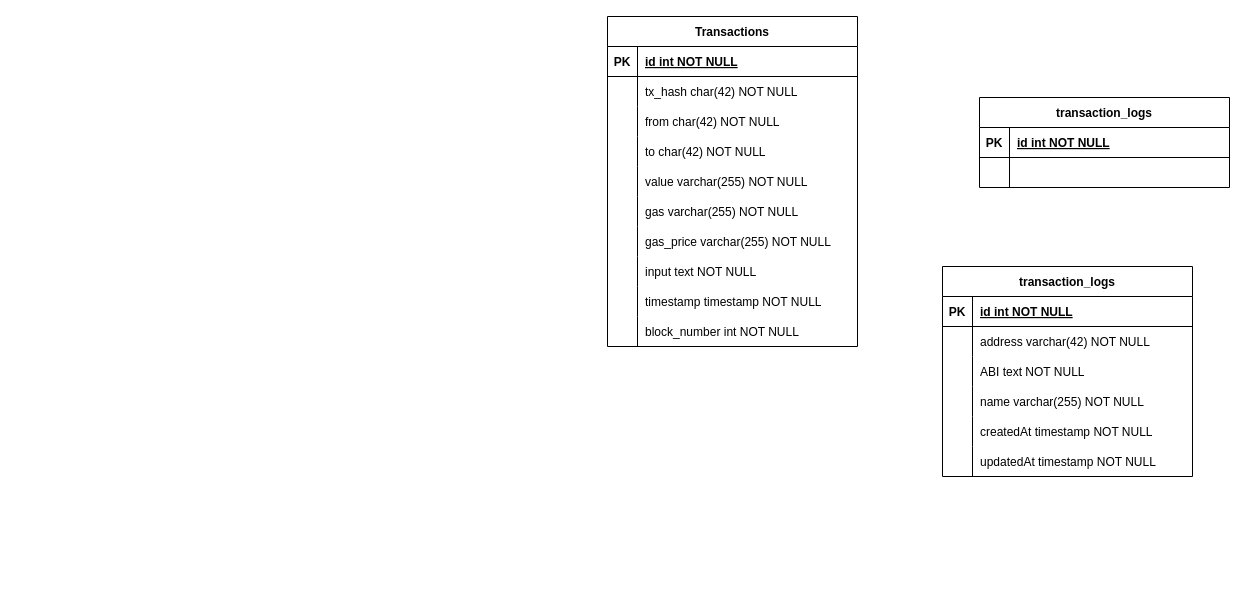
Above: db.drawio in trinhthinh388/my-assets-be (draw.io), before the change. Source tidied: cells renumbered, new cells numbered last; positions are measured from the earlier drawing's top-left corner, leaving out a move shared by most shapes. Both pictures are drawn from the tidied source at 100%, with x=0, y=0 at pixel (607, 16).
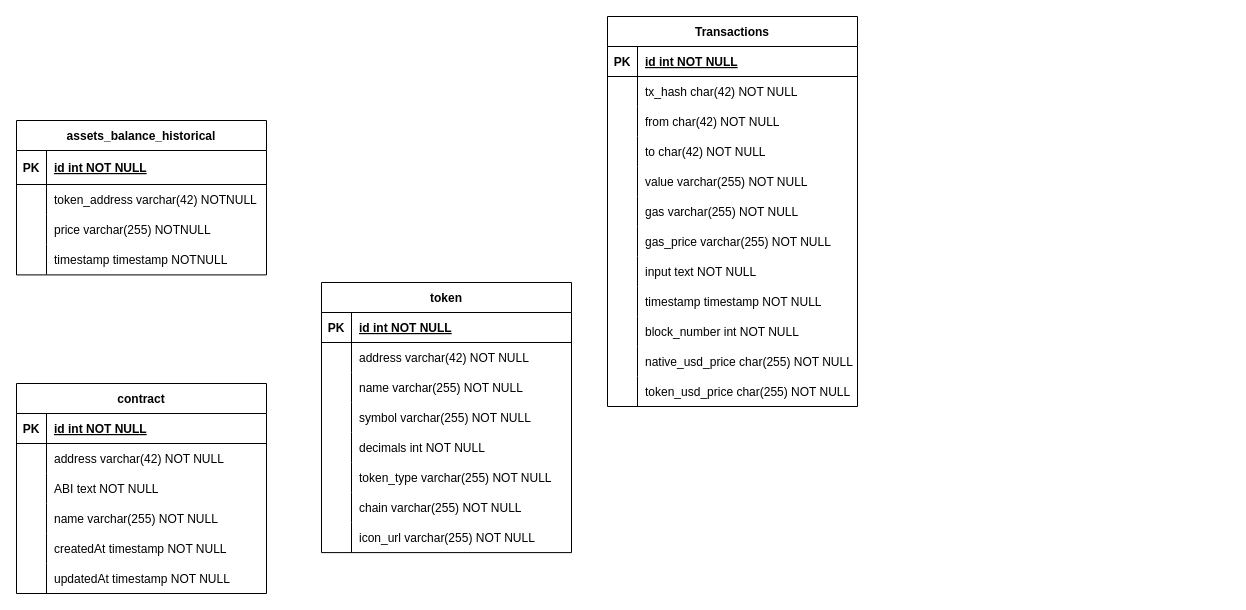
The same diagram, later.

Diff of the diagram source:
```diff
@@
     <mxCell id="2" value="Transactions" style="shape=table;startSize=30;childLayout=tableLayout;rowLines=0;fontStyle=1;align=center;" parent="1" vertex="1">
-      <mxGeometry width="250" height="330" as="geometry" />
+      <mxGeometry width="250" height="390" as="geometry" />
     </mxCell>
@@
+    <mxCell id="59" style="shape=partialRectangle;fillColor=none;top=0;left=0;right=0;bottom=0;" parent="2" vertex="1">
+      <mxGeometry y="330" width="250" height="30" as="geometry" />
+    </mxCell>
+    <mxCell id="60" style="shape=partialRectangle;overflow=hidden;fillColor=none;top=0;left=0;bottom=0;right=0;" parent="59" vertex="1">
+      <mxGeometry width="30" height="30" as="geometry" />
+    </mxCell>
+    <mxCell id="61" value="native_usd_price char(255) NOT NULL" style="shape=partialRectangle;overflow=hidden;fillColor=none;top=0;left=0;bottom=0;right=0;align=left;spacingLeft=6;" parent="59" vertex="1">
+      <mxGeometry x="30" width="220" height="30" as="geometry" />
+    </mxCell>
+    <mxCell id="62" style="shape=partialRectangle;fillColor=none;top=0;left=0;right=0;bottom=0;" parent="2" vertex="1">
+      <mxGeometry y="360" width="250" height="30" as="geometry" />
+    </mxCell>
+    <mxCell id="63" style="shape=partialRectangle;overflow=hidden;fillColor=none;top=0;left=0;bottom=0;right=0;" parent="62" vertex="1">
+      <mxGeometry width="30" height="30" as="geometry" />
+    </mxCell>
+    <mxCell id="64" value="token_usd_price char(255) NOT NULL" style="shape=partialRectangle;overflow=hidden;fillColor=none;top=0;left=0;bottom=0;right=0;align=left;spacingLeft=6;" parent="62" vertex="1">
+      <mxGeometry x="30" width="220" height="30" as="geometry" />
+    </mxCell>
-    <mxCell id="33" value="transaction_logs" style="shape=table;startSize=30;childLayout=tableLayout;rowLines=0;fontStyle=1;align=center;" parent="1" vertex="1">
-      <mxGeometry x="372" y="81" width="250" height="90" as="geometry" />
+    <mxCell id="33" value="assets_balance_historical" style="shape=table;startSize=30;childLayout=tableLayout;rowLines=0;fontStyle=1;align=center;" parent="1" vertex="1">
+      <mxGeometry x="-591" y="104" width="250" height="154.4" as="geometry" />
     </mxCell>
     <mxCell id="34" style="shape=partialRectangle;fillColor=none;top=0;left=0;right=0;bottom=1;" parent="33" vertex="1">
-      <mxGeometry y="30" width="250" height="30" as="geometry" />
+      <mxGeometry y="30" width="250" height="34" as="geometry" />
     </mxCell>
     <mxCell id="35" value="PK" style="shape=partialRectangle;overflow=hidden;fillColor=none;top=0;left=0;bottom=0;right=0;fontStyle=1;" parent="34" vertex="1">
-      <mxGeometry width="30" height="30" as="geometry" />
+      <mxGeometry width="30" height="34" as="geometry" />
     </mxCell>
     <mxCell id="36" value="id int NOT NULL " style="shape=partialRectangle;overflow=hidden;fillColor=none;top=0;left=0;bottom=0;right=0;align=left;spacingLeft=6;fontStyle=5;" parent="34" vertex="1">
-      <mxGeometry x="30" width="220" height="30" as="geometry" />
+      <mxGeometry x="30" width="220" height="34" as="geometry" />
     </mxCell>
     <mxCell id="37" style="shape=partialRectangle;fillColor=none;top=0;left=0;right=0;bottom=0;" parent="33" vertex="1">
-      <mxGeometry y="60" width="250" height="30" as="geometry" />
+      <mxGeometry y="64" width="250" height="30" as="geometry" />
     </mxCell>
@@
-    <mxCell id="39" style="shape=partialRectangle;overflow=hidden;fillColor=none;top=0;left=0;bottom=0;right=0;align=left;spacingLeft=6;" parent="37" vertex="1">
+    <mxCell id="39" value="token_address varchar(42) NOTNULL" style="shape=partialRectangle;overflow=hidden;fillColor=none;top=0;left=0;bottom=0;right=0;align=left;spacingLeft=6;" parent="37" vertex="1">
       <mxGeometry x="30" width="220" height="30" as="geometry" />
     </mxCell>
+    <mxCell id="65" style="shape=partialRectangle;fillColor=none;top=0;left=0;right=0;bottom=0;" parent="33" vertex="1">
+      <mxGeometry y="94" width="250" height="30" as="geometry" />
+    </mxCell>
+    <mxCell id="66" style="shape=partialRectangle;overflow=hidden;fillColor=none;top=0;left=0;bottom=0;right=0;" parent="65" vertex="1">
+      <mxGeometry width="30" height="30" as="geometry" />
+    </mxCell>
+    <mxCell id="67" value="price varchar(255) NOTNULL" style="shape=partialRectangle;overflow=hidden;fillColor=none;top=0;left=0;bottom=0;right=0;align=left;spacingLeft=6;" parent="65" vertex="1">
+      <mxGeometry x="30" width="220" height="30" as="geometry" />
+    </mxCell>
+    <mxCell id="68" style="shape=partialRectangle;fillColor=none;top=0;left=0;right=0;bottom=0;" parent="33" vertex="1">
+      <mxGeometry y="124" width="250" height="30" as="geometry" />
+    </mxCell>
+    <mxCell id="69" style="shape=partialRectangle;overflow=hidden;fillColor=none;top=0;left=0;bottom=0;right=0;" parent="68" vertex="1">
+      <mxGeometry width="30" height="30" as="geometry" />
+    </mxCell>
+    <mxCell id="70" value="timestamp timestamp NOTNULL" style="shape=partialRectangle;overflow=hidden;fillColor=none;top=0;left=0;bottom=0;right=0;align=left;spacingLeft=6;" parent="68" vertex="1">
+      <mxGeometry x="30" width="220" height="30" as="geometry" />
+    </mxCell>
-    <mxCell id="40" value="transaction_logs" style="shape=table;startSize=30;childLayout=tableLayout;rowLines=0;fontStyle=1;align=center;" parent="1" vertex="1">
-      <mxGeometry x="335" y="250" width="250" height="210" as="geometry" />
+    <mxCell id="40" value="contract" style="shape=table;startSize=30;childLayout=tableLayout;rowLines=0;fontStyle=1;align=center;" parent="1" vertex="1">
+      <mxGeometry x="-591" y="367" width="250" height="210" as="geometry" />
     </mxCell>
@@
+    <mxCell id="71" value="token" style="shape=table;startSize=30;childLayout=tableLayout;rowLines=0;fontStyle=1;align=center;" parent="1" vertex="1">
+      <mxGeometry x="-286" y="266" width="250" height="270.1" as="geometry" />
+    </mxCell>
+    <mxCell id="72" style="shape=partialRectangle;fillColor=none;top=0;left=0;right=0;bottom=1;" parent="71" vertex="1">
+      <mxGeometry y="30" width="250" height="30" as="geometry" />
+    </mxCell>
+    <mxCell id="73" value="PK" style="shape=partialRectangle;overflow=hidden;fillColor=none;top=0;left=0;bottom=0;right=0;fontStyle=1;" parent="72" vertex="1">
+      <mxGeometry width="30" height="30" as="geometry" />
+    </mxCell>
+    <mxCell id="74" value="id int NOT NULL " style="shape=partialRectangle;overflow=hidden;fillColor=none;top=0;left=0;bottom=0;right=0;align=left;spacingLeft=6;fontStyle=5;" parent="72" vertex="1">
+      <mxGeometry x="30" width="220" height="30" as="geometry" />
+    </mxCell>
+    <mxCell id="75" style="shape=partialRectangle;fillColor=none;top=0;left=0;right=0;bottom=0;" parent="71" vertex="1">
+      <mxGeometry y="60" width="250" height="30" as="geometry" />
+    </mxCell>
+    <mxCell id="76" style="shape=partialRectangle;overflow=hidden;fillColor=none;top=0;left=0;bottom=0;right=0;" parent="75" vertex="1">
+      <mxGeometry width="30" height="30" as="geometry" />
+    </mxCell>
+    <mxCell id="77" value="address varchar(42) NOT NULL" style="shape=partialRectangle;overflow=hidden;fillColor=none;top=0;left=0;bottom=0;right=0;align=left;spacingLeft=6;" parent="75" vertex="1">
+      <mxGeometry x="30" width="220" height="30" as="geometry" />
+    </mxCell>
+    <mxCell id="78" style="shape=partialRectangle;fillColor=none;top=0;left=0;right=0;bottom=0;" parent="71" vertex="1">
+      <mxGeometry y="90" width="250" height="30" as="geometry" />
+    </mxCell>
+    <mxCell id="79" style="shape=partialRectangle;overflow=hidden;fillColor=none;top=0;left=0;bottom=0;right=0;" parent="78" vertex="1">
+      <mxGeometry width="30" height="30" as="geometry" />
+    </mxCell>
+    <mxCell id="80" value="name varchar(255) NOT NULL" style="shape=partialRectangle;overflow=hidden;fillColor=none;top=0;left=0;bottom=0;right=0;align=left;spacingLeft=6;" parent="78" vertex="1">
+      <mxGeometry x="30" width="220" height="30" as="geometry" />
+    </mxCell>
+    <mxCell id="81" style="shape=partialRectangle;fillColor=none;top=0;left=0;right=0;bottom=0;" parent="71" vertex="1">
+      <mxGeometry y="120" width="250" height="30" as="geometry" />
+    </mxCell>
+    <mxCell id="82" style="shape=partialRectangle;overflow=hidden;fillColor=none;top=0;left=0;bottom=0;right=0;" parent="81" vertex="1">
+      <mxGeometry width="30" height="30" as="geometry" />
+    </mxCell>
+    <mxCell id="83" value="symbol varchar(255) NOT NULL" style="shape=partialRectangle;overflow=hidden;fillColor=none;top=0;left=0;bottom=0;right=0;align=left;spacingLeft=6;" parent="81" vertex="1">
+      <mxGeometry x="30" width="220" height="30" as="geometry" />
+    </mxCell>
+    <mxCell id="84" style="shape=partialRectangle;fillColor=none;top=0;left=0;right=0;bottom=0;" parent="71" vertex="1">
+      <mxGeometry y="150" width="250" height="30" as="geometry" />
+    </mxCell>
+    <mxCell id="85" style="shape=partialRectangle;overflow=hidden;fillColor=none;top=0;left=0;bottom=0;right=0;" parent="84" vertex="1">
+      <mxGeometry width="30" height="30" as="geometry" />
+    </mxCell>
+    <mxCell id="86" value="decimals int NOT NULL" style="shape=partialRectangle;overflow=hidden;fillColor=none;top=0;left=0;bottom=0;right=0;align=left;spacingLeft=6;" parent="84" vertex="1">
+      <mxGeometry x="30" width="220" height="30" as="geometry" />
+    </mxCell>
+    <mxCell id="87" style="shape=partialRectangle;fillColor=none;top=0;left=0;right=0;bottom=0;" parent="71" vertex="1">
+      <mxGeometry y="180" width="250" height="30" as="geometry" />
+    </mxCell>
+    <mxCell id="88" style="shape=partialRectangle;overflow=hidden;fillColor=none;top=0;left=0;bottom=0;right=0;" parent="87" vertex="1">
+      <mxGeometry width="30" height="30" as="geometry" />
+    </mxCell>
+    <mxCell id="89" value="token_type varchar(255) NOT NULL" style="shape=partialRectangle;overflow=hidden;fillColor=none;top=0;left=0;bottom=0;right=0;align=left;spacingLeft=6;" parent="87" vertex="1">
+      <mxGeometry x="30" width="220" height="30" as="geometry" />
+    </mxCell>
+    <mxCell id="90" style="shape=partialRectangle;fillColor=none;top=0;left=0;right=0;bottom=0;" parent="71" vertex="1">
+      <mxGeometry y="210" width="250" height="30" as="geometry" />
+    </mxCell>
+    <mxCell id="91" style="shape=partialRectangle;overflow=hidden;fillColor=none;top=0;left=0;bottom=0;right=0;" parent="90" vertex="1">
+      <mxGeometry width="30" height="30" as="geometry" />
+    </mxCell>
+    <mxCell id="92" value="chain varchar(255) NOT NULL" style="shape=partialRectangle;overflow=hidden;fillColor=none;top=0;left=0;bottom=0;right=0;align=left;spacingLeft=6;" parent="90" vertex="1">
+      <mxGeometry x="30" width="220" height="30" as="geometry" />
+    </mxCell>
+    <mxCell id="93" style="shape=partialRectangle;fillColor=none;top=0;left=0;right=0;bottom=0;" parent="71" vertex="1">
+      <mxGeometry y="240" width="250" height="30" as="geometry" />
+    </mxCell>
+    <mxCell id="94" style="shape=partialRectangle;overflow=hidden;fillColor=none;top=0;left=0;bottom=0;right=0;" parent="93" vertex="1">
+      <mxGeometry width="30" height="30" as="geometry" />
+    </mxCell>
+    <mxCell id="95" value="icon_url varchar(255) NOT NULL" style="shape=partialRectangle;overflow=hidden;fillColor=none;top=0;left=0;bottom=0;right=0;align=left;spacingLeft=6;" parent="93" vertex="1">
+      <mxGeometry x="30" width="220" height="30" as="geometry" />
+    </mxCell>
```
